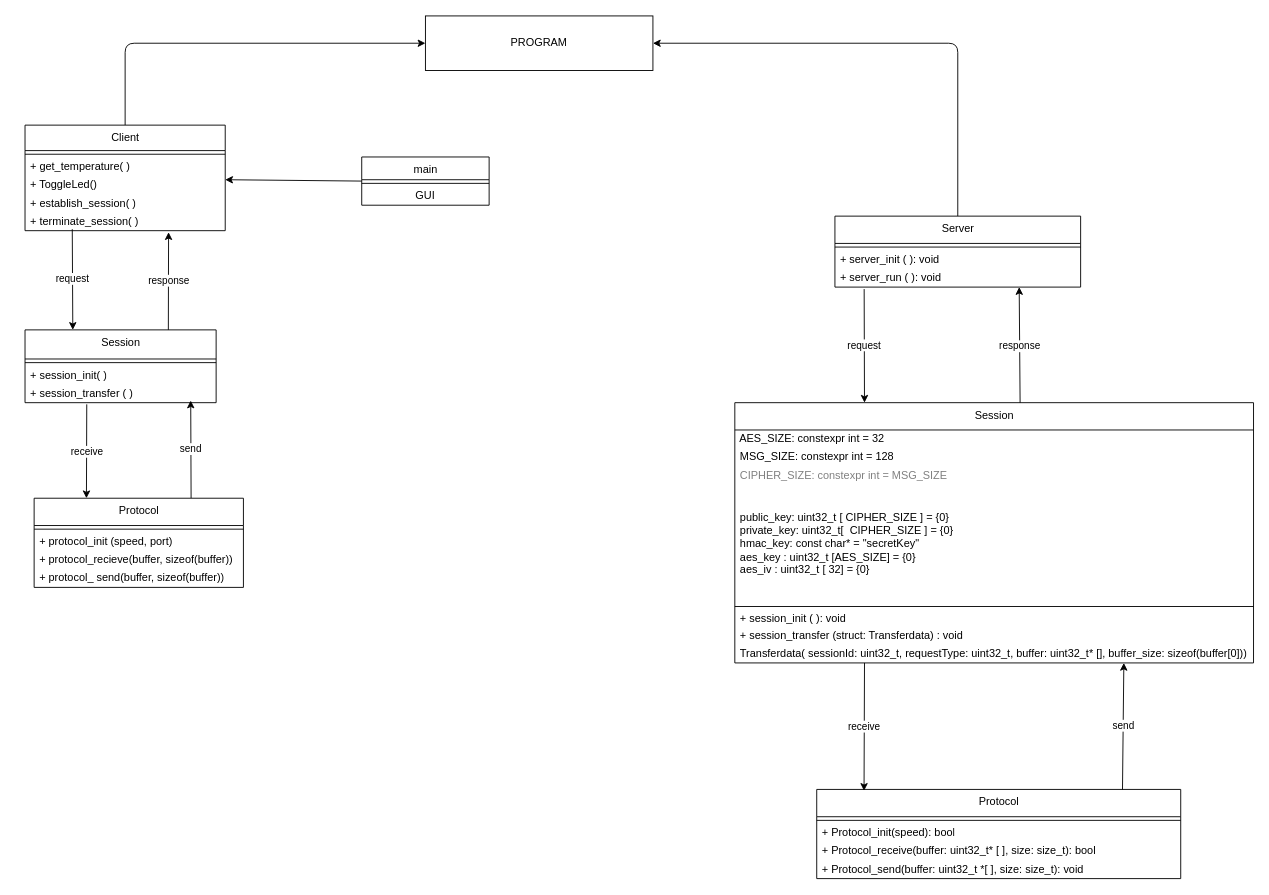
The draw.io diagram docs/diagram.drawio in nkkyviv/Security, before the edit. Source tidied: cells renumbered, new cells numbered last; positions are measured from the earlier drawing's top-left corner, leaving out a move shared by most shapes. Both pictures are drawn from the tidied source at 91%, with x=0, y=0 at pixel (25, 15).
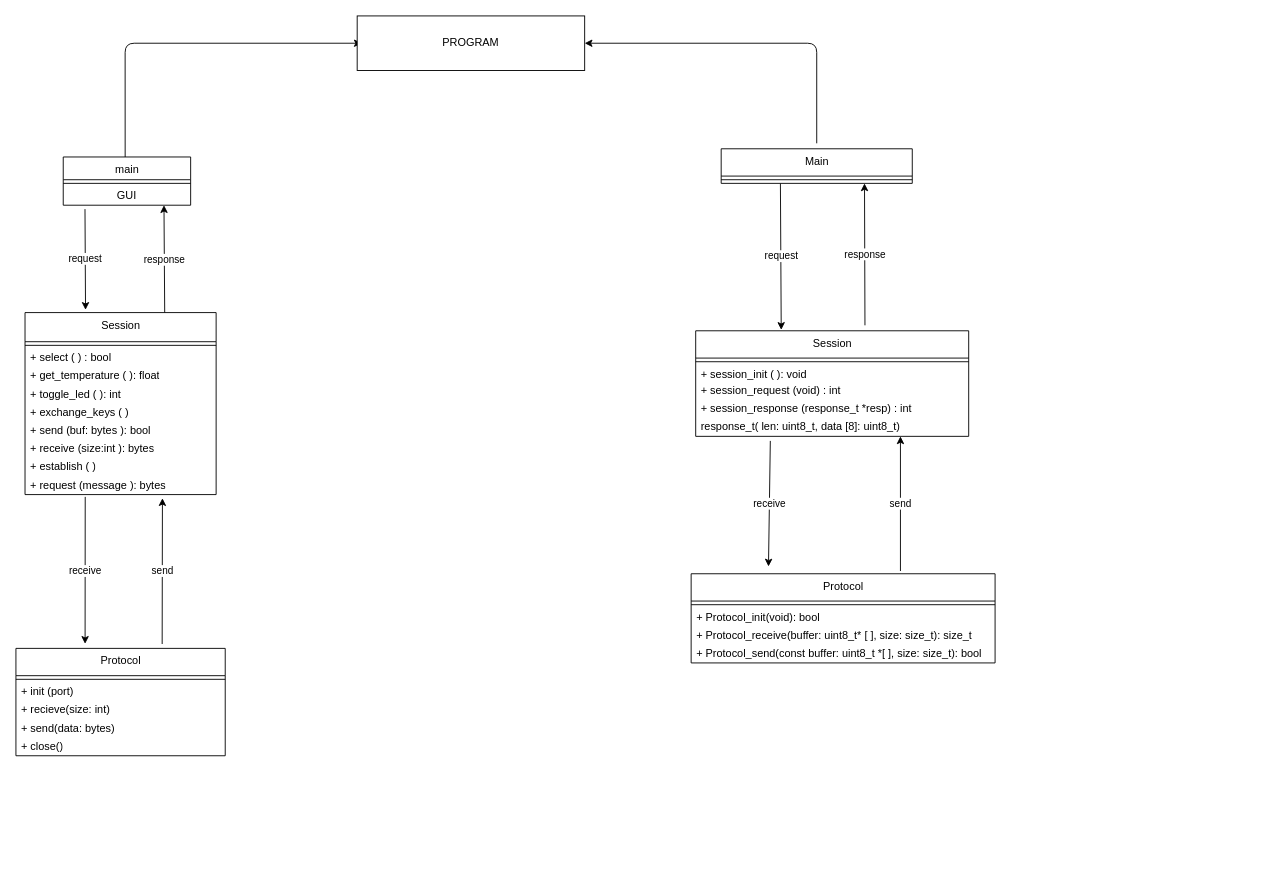
After the change.

Change to the diagram source:
```diff
@@
     <mxCell id="2" value="Protocol" style="swimlane;fontStyle=0;align=center;verticalAlign=top;horizontal=1;startSize=30;html=1;" parent="1" vertex="1">
-      <mxGeometry x="870" y="850" width="400" height="98" as="geometry" />
+      <mxGeometry x="732" y="613" width="334" height="98" as="geometry" />
     </mxCell>
     <mxCell id="3" style="line;strokeWidth=1;fillColor=none;align=left;verticalAlign=middle;spacingTop=-1;spacingLeft=3;spacingRight=3;labelPosition=right;" parent="2" vertex="1">
-      <mxGeometry y="30" width="400" height="8" as="geometry" />
+      <mxGeometry y="30" width="334" height="8" as="geometry" />
     </mxCell>
-    <mxCell id="4" value="+ Protocol_init(speed): bool" style="text;html=1;strokeColor=none;fillColor=none;align=left;verticalAlign=middle;spacingLeft=4;spacingRight=4;overflow=hidden;" parent="2" vertex="1">
-      <mxGeometry y="38" width="400" height="20" as="geometry" />
+    <mxCell id="4" value="+ Protocol_init(void): bool" style="text;html=1;strokeColor=none;fillColor=none;align=left;verticalAlign=middle;spacingLeft=4;spacingRight=4;overflow=hidden;" parent="2" vertex="1">
+      <mxGeometry y="38" width="334" height="20" as="geometry" />
     </mxCell>
-    <mxCell id="5" value="+ Protocol_receive(buffer: uint32_t* [ ], size: size_t): bool" style="text;html=1;strokeColor=none;fillColor=none;align=left;verticalAlign=middle;spacingLeft=4;spacingRight=4;overflow=hidden;" parent="2" vertex="1">
-      <mxGeometry y="58" width="400" height="20" as="geometry" />
+    <mxCell id="5" value="+ Protocol_receive(buffer: uint8_t* [ ], size: size_t): size_t" style="text;html=1;strokeColor=none;fillColor=none;align=left;verticalAlign=middle;spacingLeft=4;spacingRight=4;overflow=hidden;" parent="2" vertex="1">
+      <mxGeometry y="58" width="334" height="20" as="geometry" />
     </mxCell>
-    <mxCell id="6" value="+ Protocol_send(buffer: uint32_t *[ ], size: size_t): void" style="text;html=1;strokeColor=none;fillColor=none;align=left;verticalAlign=middle;spacingLeft=4;spacingRight=4;overflow=hidden;" parent="2" vertex="1">
-      <mxGeometry y="78" width="400" height="20" as="geometry" />
+    <mxCell id="6" value="+ Protocol_send(const buffer: uint8_t *[ ], size: size_t): bool" style="text;html=1;strokeColor=none;fillColor=none;align=left;verticalAlign=middle;spacingLeft=4;spacingRight=4;overflow=hidden;" parent="2" vertex="1">
+      <mxGeometry y="78" width="334" height="20" as="geometry" />
     </mxCell>
-    <mxCell id="7" style="edgeStyle=none;html=1;exitX=0.5;exitY=0;exitDx=0;exitDy=0;entryX=1;entryY=0.5;entryDx=0;entryDy=0;" parent="1" edge="1" source="9" target="20">
+    <mxCell id="7" style="edgeStyle=none;html=1;entryX=1;entryY=0.5;entryDx=0;entryDy=0;" parent="1" edge="1" target="20">
       <mxGeometry relative="1" as="geometry">
+        <mxPoint x="870" y="140" as="sourcePoint" />
         <Array as="points">
-          <mxPoint x="1025" y="30" />
+          <mxPoint x="870" y="30" />
         </Array>
       </mxGeometry>
     </mxCell>
-    <mxCell id="8" value="response" style="edgeStyle=none;html=1;exitX=0.55;exitY=0.006;exitDx=0;exitDy=0;entryX=0.75;entryY=1;entryDx=0;entryDy=0;exitPerimeter=0;" parent="1" edge="1" source="34" target="9">
-      <mxGeometry relative="1" as="geometry" />
+    <mxCell id="8" value="response" style="edgeStyle=none;html=1;entryX=0.75;entryY=1;entryDx=0;entryDy=0;" parent="1" edge="1" target="9">
+      <mxGeometry relative="1" as="geometry">
+        <mxPoint x="923" y="340" as="sourcePoint" />
+      </mxGeometry>
     </mxCell>
-    <mxCell id="9" value="Server" style="swimlane;fontStyle=0;align=center;verticalAlign=top;horizontal=1;startSize=30;html=1;" parent="1" vertex="1">
-      <mxGeometry x="890" y="220" width="270" height="78" as="geometry" />
+    <mxCell id="9" value="Main" style="swimlane;fontStyle=0;align=center;verticalAlign=top;horizontal=1;startSize=30;html=1;" parent="1" vertex="1">
+      <mxGeometry x="765" y="146" width="210" height="38" as="geometry" />
     </mxCell>
     <mxCell id="10" style="line;strokeWidth=1;fillColor=none;align=left;verticalAlign=middle;spacingTop=-1;spacingLeft=3;spacingRight=3;labelPosition=right;" parent="9" vertex="1">
-      <mxGeometry y="30" width="270" height="8" as="geometry" />
+      <mxGeometry y="30" width="210" height="8" as="geometry" />
     </mxCell>
-    <mxCell id="11" value="+ server_init ( ): void" style="text;html=1;strokeColor=none;fillColor=none;align=left;verticalAlign=middle;spacingLeft=4;spacingRight=4;overflow=hidden;" parent="9" vertex="1">
-      <mxGeometry y="38" width="270" height="20" as="geometry" />
-    </mxCell>
-    <mxCell id="12" value="+ server_run ( ): void" style="text;html=1;strokeColor=none;fillColor=none;align=left;verticalAlign=middle;spacingLeft=4;spacingRight=4;overflow=hidden;points=[[0,0.5],[1,0.5]];portConstraint=eastwest;" parent="9" vertex="1">
-      <mxGeometry y="58" width="270" height="20" as="geometry" />
-    </mxCell>
-    <mxCell id="13" style="edgeStyle=none;html=1;exitX=0.5;exitY=0;exitDx=0;exitDy=0;entryX=0;entryY=0.5;entryDx=0;entryDy=0;" parent="1" edge="1" source="14" target="20">
+    <mxCell id="13" style="edgeStyle=none;html=1;exitX=0.486;exitY=0.283;exitDx=0;exitDy=0;exitPerimeter=0;" parent="1" edge="1" source="45">
       <mxGeometry relative="1" as="geometry">
+        <mxPoint x="370" y="30" as="targetPoint" />
         <Array as="points">
           <mxPoint x="110" y="30" />
         </Array>
       </mxGeometry>
     </mxCell>
-    <mxCell id="14" value="Client" style="swimlane;fontStyle=0;align=center;verticalAlign=top;horizontal=1;startSize=28;html=1;" parent="1" vertex="1">
-      <mxGeometry y="120" width="220" height="116" as="geometry" />
-    </mxCell>
-    <mxCell id="15" style="line;strokeWidth=1;fillColor=none;align=left;verticalAlign=middle;spacingTop=-1;spacingLeft=3;spacingRight=3;labelPosition=right;" parent="14" vertex="1">
-      <mxGeometry y="28" width="220" height="8" as="geometry" />
-    </mxCell>
-    <mxCell id="16" value="+ get_temperature( )" style="text;html=1;strokeColor=none;fillColor=none;align=left;verticalAlign=middle;spacingLeft=4;spacingRight=4;overflow=hidden;" parent="14" vertex="1">
-      <mxGeometry y="36" width="220" height="20" as="geometry" />
-    </mxCell>
-    <mxCell id="17" value="+ ToggleLed()" style="text;html=1;strokeColor=none;fillColor=none;align=left;verticalAlign=middle;spacingLeft=4;spacingRight=4;overflow=hidden;" parent="14" vertex="1">
-      <mxGeometry y="56" width="220" height="20" as="geometry" />
-    </mxCell>
-    <mxCell id="18" value="+ establish_session( )" style="text;html=1;strokeColor=none;fillColor=none;align=left;verticalAlign=middle;spacingLeft=4;spacingRight=4;overflow=hidden;" parent="14" vertex="1">
-      <mxGeometry y="76" width="220" height="20" as="geometry" />
-    </mxCell>
-    <mxCell id="19" value="+ terminate_session( )" style="text;html=1;strokeColor=none;fillColor=none;align=left;verticalAlign=middle;spacingLeft=4;spacingRight=4;overflow=hidden;points=[[0,0.5],[1,0.5]];portConstraint=eastwest;" parent="14" vertex="1">
-      <mxGeometry y="96" width="220" height="20" as="geometry" />
-    </mxCell>
     <mxCell id="20" value="PROGRAM" style="rounded=0;whiteSpace=wrap;html=1;" parent="1" vertex="1">
-      <mxGeometry x="440" width="250" height="60" as="geometry" />
+      <mxGeometry x="365" width="250" height="60" as="geometry" />
     </mxCell>
-    <mxCell id="21" value="response" style="edgeStyle=none;html=1;exitX=0.75;exitY=0;exitDx=0;exitDy=0;entryX=0.717;entryY=1.084;entryDx=0;entryDy=0;entryPerimeter=0;" parent="1" edge="1" source="22" target="19">
-      <mxGeometry relative="1" as="geometry" />
+    <mxCell id="21" value="response" style="edgeStyle=none;html=1;entryX=0.717;entryY=1.084;entryDx=0;entryDy=0;entryPerimeter=0;exitX=0.712;exitY=0.021;exitDx=0;exitDy=0;exitPerimeter=0;" parent="1" edge="1">
+      <mxGeometry relative="1" as="geometry">
+        <mxPoint x="153.5" y="327.7" as="sourcePoint" />
+        <mxPoint x="152.7" y="208" as="targetPoint" />
+      </mxGeometry>
     </mxCell>
     <mxCell id="22" value="Session" style="swimlane;fontStyle=0;align=center;verticalAlign=top;horizontal=1;startSize=32;html=1;" parent="1" vertex="1">
-      <mxGeometry y="345" width="210" height="80" as="geometry" />
+      <mxGeometry y="326" width="210" height="200" as="geometry" />
     </mxCell>
@@
-    <mxCell id="24" value="+ session_init( )" style="text;html=1;strokeColor=none;fillColor=none;align=left;verticalAlign=middle;spacingLeft=4;spacingRight=4;overflow=hidden;" parent="22" vertex="1">
+    <mxCell id="24" value="+ select ( ) : bool" style="text;html=1;strokeColor=none;fillColor=none;align=left;verticalAlign=middle;spacingLeft=4;spacingRight=4;overflow=hidden;" parent="22" vertex="1">
       <mxGeometry y="40" width="210" height="20" as="geometry" />
     </mxCell>
-    <mxCell id="25" value="+ session_transfer ( )" style="text;html=1;strokeColor=none;fillColor=none;align=left;verticalAlign=middle;spacingLeft=4;spacingRight=4;overflow=hidden;points=[[0,0.5],[1,0.5]];portConstraint=eastwest;" parent="22" vertex="1">
+    <mxCell id="25" value="+ get_temperature ( ): float" style="text;html=1;strokeColor=none;fillColor=none;align=left;verticalAlign=middle;spacingLeft=4;spacingRight=4;overflow=hidden;points=[[0,0.5],[1,0.5]];portConstraint=eastwest;" parent="22" vertex="1">
       <mxGeometry y="60" width="210" height="20" as="geometry" />
     </mxCell>
+    <mxCell id="50" value="+ toggle_led ( ): int" style="text;html=1;strokeColor=none;fillColor=none;align=left;verticalAlign=middle;spacingLeft=4;spacingRight=4;overflow=hidden;" parent="22" vertex="1">
+      <mxGeometry y="80" width="210" height="20" as="geometry" />
+    </mxCell>
+    <mxCell id="51" value="+ exchange_keys ( )" style="text;html=1;strokeColor=none;fillColor=none;align=left;verticalAlign=middle;spacingLeft=4;spacingRight=4;overflow=hidden;" parent="22" vertex="1">
+      <mxGeometry y="100" width="210" height="20" as="geometry" />
+    </mxCell>
+    <mxCell id="52" value="+ send (buf: bytes ): bool" style="text;html=1;strokeColor=none;fillColor=none;align=left;verticalAlign=middle;spacingLeft=4;spacingRight=4;overflow=hidden;" parent="22" vertex="1">
+      <mxGeometry y="120" width="210" height="20" as="geometry" />
+    </mxCell>
+    <mxCell id="53" value="+ receive (size:int ): bytes" style="text;html=1;strokeColor=none;fillColor=none;align=left;verticalAlign=middle;spacingLeft=4;spacingRight=4;overflow=hidden;" parent="22" vertex="1">
+      <mxGeometry y="140" width="210" height="20" as="geometry" />
+    </mxCell>
+    <mxCell id="54" value="+ establish ( )" style="text;html=1;strokeColor=none;fillColor=none;align=left;verticalAlign=middle;spacingLeft=4;spacingRight=4;overflow=hidden;" parent="22" vertex="1">
+      <mxGeometry y="160" width="210" height="20" as="geometry" />
+    </mxCell>
+    <mxCell id="55" value="+ request (message ): bytes" style="text;html=1;strokeColor=none;fillColor=none;align=left;verticalAlign=middle;spacingLeft=4;spacingRight=4;overflow=hidden;points=[[0,0.5],[1,0.5]];portConstraint=eastwest;" parent="22" vertex="1">
+      <mxGeometry y="180" width="210" height="20" as="geometry" />
+    </mxCell>
-    <mxCell id="26" value="send" style="edgeStyle=none;html=1;exitX=0.75;exitY=0;exitDx=0;exitDy=0;entryX=0.867;entryY=0.884;entryDx=0;entryDy=0;entryPerimeter=0;" parent="1" edge="1" source="27" target="25">
-      <mxGeometry relative="1" as="geometry" />
+    <mxCell id="26" value="send" style="edgeStyle=none;html=1;exitX=0.79;exitY=-0.041;exitDx=0;exitDy=0;exitPerimeter=0;" parent="1" edge="1">
+      <mxGeometry relative="1" as="geometry">
+        <mxPoint x="150.7" y="690.2" as="sourcePoint" />
+        <mxPoint x="151" y="530" as="targetPoint" />
+      </mxGeometry>
     </mxCell>
     <mxCell id="27" value="Protocol" style="swimlane;fontStyle=0;align=center;verticalAlign=top;horizontal=1;startSize=30;html=1;" parent="1" vertex="1">
-      <mxGeometry x="10" y="530" width="230" height="98" as="geometry" />
+      <mxGeometry x="-10" y="695" width="230" height="118" as="geometry" />
     </mxCell>
@@
-    <mxCell id="29" value="+ protocol_init (speed, port)" style="text;html=1;strokeColor=none;fillColor=none;align=left;verticalAlign=middle;spacingLeft=4;spacingRight=4;overflow=hidden;" parent="27" vertex="1">
+    <mxCell id="29" value="+ init (port)" style="text;html=1;strokeColor=none;fillColor=none;align=left;verticalAlign=middle;spacingLeft=4;spacingRight=4;overflow=hidden;" parent="27" vertex="1">
       <mxGeometry y="38" width="230" height="20" as="geometry" />
     </mxCell>
-    <mxCell id="30" value="+ protocol_recieve(buffer, sizeof(buffer))" style="text;html=1;strokeColor=none;fillColor=none;align=left;verticalAlign=middle;spacingLeft=4;spacingRight=4;overflow=hidden;" parent="27" vertex="1">
+    <mxCell id="30" value="+ recieve(size: int)" style="text;html=1;strokeColor=none;fillColor=none;align=left;verticalAlign=middle;spacingLeft=4;spacingRight=4;overflow=hidden;" parent="27" vertex="1">
       <mxGeometry y="58" width="230" height="20" as="geometry" />
     </mxCell>
-    <mxCell id="31" value="+ protocol_ send(buffer, sizeof(buffer))" style="text;html=1;strokeColor=none;fillColor=none;align=left;verticalAlign=middle;spacingLeft=4;spacingRight=4;overflow=hidden;" parent="27" vertex="1">
+    <mxCell id="31" value="+ send(data: bytes)" style="text;html=1;strokeColor=none;fillColor=none;align=left;verticalAlign=middle;spacingLeft=4;spacingRight=4;overflow=hidden;" parent="27" vertex="1">
       <mxGeometry y="78" width="230" height="20" as="geometry" />
     </mxCell>
+    <mxCell id="56" value="+ close()" style="text;html=1;strokeColor=none;fillColor=none;align=left;verticalAlign=middle;spacingLeft=4;spacingRight=4;overflow=hidden;" parent="27" vertex="1">
+      <mxGeometry y="98" width="230" height="20" as="geometry" />
+    </mxCell>
-    <mxCell id="32" value="receive" style="edgeStyle=none;html=1;exitX=0.25;exitY=1;exitDx=0;exitDy=0;entryX=0.13;entryY=0.016;entryDx=0;entryDy=0;entryPerimeter=0;" parent="1" edge="1" source="34" target="2">
-      <mxGeometry relative="1" as="geometry" />
+    <mxCell id="32" value="receive" style="edgeStyle=none;html=1;exitX=0.25;exitY=1;exitDx=0;exitDy=0;" parent="1" edge="1">
+      <mxGeometry relative="1" as="geometry">
+        <mxPoint x="819" y="467" as="sourcePoint" />
+        <mxPoint x="817" y="605" as="targetPoint" />
+      </mxGeometry>
     </mxCell>
-    <mxCell id="33" value="send" style="edgeStyle=none;html=1;exitX=0.84;exitY=0.002;exitDx=0;exitDy=0;entryX=0.75;entryY=1;entryDx=0;entryDy=0;exitPerimeter=0;" parent="1" edge="1" source="2" target="34">
-      <mxGeometry relative="1" as="geometry" />
+    <mxCell id="33" value="send" style="edgeStyle=none;html=1;entryX=0.75;entryY=1;entryDx=0;entryDy=0;" parent="1" edge="1" target="34">
+      <mxGeometry relative="1" as="geometry">
+        <mxPoint x="962" y="610" as="sourcePoint" />
+      </mxGeometry>
     </mxCell>
     <mxCell id="34" value="Session" style="swimlane;fontStyle=0;align=center;verticalAlign=top;horizontal=1;startSize=30;html=1;" parent="1" vertex="1">
-      <mxGeometry x="780" y="425" width="570" height="286" as="geometry" />
+      <mxGeometry x="737" y="346" width="300" height="116" as="geometry" />
     </mxCell>
-    <mxCell id="35" value="AES_SIZE: constexpr int = 32&amp;nbsp; &amp;nbsp; &amp;nbsp; &amp;nbsp; &amp;nbsp; &amp;nbsp; &amp;nbsp; &amp;nbsp; &amp;nbsp; &amp;nbsp; &amp;nbsp; &amp;nbsp; &amp;nbsp; &amp;nbsp; &amp;nbsp; &amp;nbsp; &amp;nbsp; &amp;nbsp; &amp;nbsp; &amp;nbsp; &amp;nbsp; &amp;nbsp; &amp;nbsp; &amp;nbsp; &amp;nbsp; &amp;nbsp; &amp;nbsp; &amp;nbsp; &amp;nbsp; &amp;nbsp; &amp;nbsp; &amp;nbsp; &amp;nbsp; &amp;nbsp; &amp;nbsp; &amp;nbsp; &amp;nbsp; &amp;nbsp; &amp;nbsp; &amp;nbsp; &amp;nbsp; &amp;nbsp; &amp;nbsp; &amp;nbsp; &amp;nbsp; &amp;nbsp; &amp;nbsp; &amp;nbsp; &amp;nbsp; &amp;nbsp; &amp;nbsp; &amp;nbsp; &amp;nbsp; &amp;nbsp; &amp;nbsp; &amp;nbsp; &amp;nbsp; &amp;nbsp; &amp;nbsp; &amp;nbsp;&amp;nbsp;" style="text;html=1;strokeColor=none;fillColor=none;align=center;verticalAlign=middle;spacingLeft=4;spacingRight=4;overflow=hidden;" parent="34" vertex="1">
-      <mxGeometry y="30" width="570" height="20" as="geometry" />
-    </mxCell>
-    <mxCell id="36" value="MSG_SIZE: constexpr int = 128" style="text;html=1;strokeColor=none;fillColor=none;align=left;verticalAlign=middle;spacingLeft=4;spacingRight=4;overflow=hidden;" parent="34" vertex="1">
-      <mxGeometry y="50" width="570" height="20" as="geometry" />
-    </mxCell>
-    <mxCell id="37" value="CIPHER_SIZE: constexpr int = MSG_SIZE" style="text;html=1;strokeColor=none;fillColor=none;align=left;verticalAlign=middle;spacingLeft=4;spacingRight=4;overflow=hidden;fontColor=#808080;" parent="34" vertex="1">
-      <mxGeometry y="70" width="570" height="20" as="geometry" />
-    </mxCell>
-    <mxCell id="38" value="public_key: uint32_t [ CIPHER_SIZE ] = {0}&lt;br&gt;private_key: uint32_t[&amp;nbsp; CIPHER_SIZE ] = {0}&lt;br&gt;hmac_key: const char* = &quot;secretKey&quot;&lt;br&gt;&lt;span style=&quot;text-align: center;&quot;&gt;aes_key : uint32_t [AES_SIZE] = {0}&lt;br&gt;&lt;/span&gt;aes_iv : uint32_t [ 32] = {0}&lt;span style=&quot;text-align: center;&quot;&gt;&amp;nbsp; &amp;nbsp; &amp;nbsp; &amp;nbsp; &amp;nbsp; &amp;nbsp; &amp;nbsp; &amp;nbsp; &amp;nbsp; &amp;nbsp; &amp;nbsp; &amp;nbsp; &amp;nbsp; &amp;nbsp; &amp;nbsp; &amp;nbsp; &amp;nbsp; &amp;nbsp; &amp;nbsp; &amp;nbsp; &amp;nbsp; &amp;nbsp; &amp;nbsp; &amp;nbsp; &amp;nbsp; &amp;nbsp; &amp;nbsp; &amp;nbsp; &amp;nbsp; &amp;nbsp; &amp;nbsp; &amp;nbsp; &amp;nbsp; &amp;nbsp; &amp;nbsp; &amp;nbsp; &amp;nbsp; &amp;nbsp; &amp;nbsp; &amp;nbsp; &amp;nbsp; &amp;nbsp; &amp;nbsp; &amp;nbsp; &amp;nbsp; &amp;nbsp; &amp;nbsp; &amp;nbsp; &amp;nbsp; &amp;nbsp; &amp;nbsp; &amp;nbsp; &amp;nbsp; &amp;nbsp; &amp;nbsp; &amp;nbsp; &amp;nbsp; &amp;nbsp; &amp;nbsp; &amp;nbsp; &amp;nbsp; &amp;nbsp; &amp;nbsp; &amp;nbsp; &amp;nbsp; &amp;nbsp; &amp;nbsp; &amp;nbsp;&amp;nbsp;&lt;/span&gt;" style="text;html=1;strokeColor=none;fillColor=none;align=left;verticalAlign=middle;spacingLeft=4;spacingRight=4;overflow=hidden;" parent="34" vertex="1">
-      <mxGeometry y="90" width="570" height="130" as="geometry" />
-    </mxCell>
     <mxCell id="39" style="line;strokeWidth=1;fillColor=none;align=left;verticalAlign=middle;spacingTop=-1;spacingLeft=3;spacingRight=3;labelPosition=right;" parent="34" vertex="1">
-      <mxGeometry y="220" width="570" height="8" as="geometry" />
+      <mxGeometry y="30" width="300" height="8" as="geometry" />
     </mxCell>
     <mxCell id="40" value="+ session_init ( ): void" style="text;html=1;strokeColor=none;fillColor=none;align=left;verticalAlign=middle;spacingLeft=4;spacingRight=4;overflow=hidden;" parent="34" vertex="1">
-      <mxGeometry y="228" width="570" height="18" as="geometry" />
+      <mxGeometry y="38" width="300" height="18" as="geometry" />
     </mxCell>
-    <mxCell id="41" value="+ session_transfer (struct: Transferdata) : void" style="text;html=1;strokeColor=none;fillColor=none;align=left;verticalAlign=middle;spacingLeft=4;spacingRight=4;overflow=hidden;" parent="34" vertex="1">
-      <mxGeometry y="246" width="570" height="20" as="geometry" />
+    <mxCell id="41" value="+ session_request (void) : int" style="text;html=1;strokeColor=none;fillColor=none;align=left;verticalAlign=middle;spacingLeft=4;spacingRight=4;overflow=hidden;" parent="34" vertex="1">
+      <mxGeometry y="56" width="300" height="20" as="geometry" />
     </mxCell>
-    <mxCell id="42" value="Transferdata( sessionId: uint32_t, requestType: uint32_t, buffer: uint32_t* [], buffer_size: sizeof(buffer[0]))" style="text;html=1;strokeColor=none;fillColor=none;align=left;verticalAlign=middle;spacingLeft=4;spacingRight=4;overflow=hidden;" parent="34" vertex="1">
-      <mxGeometry y="266" width="570" height="20" as="geometry" />
-    </mxCell>
+    <mxCell id="57" value="+ session_response (response_t *resp) : int" style="text;html=1;strokeColor=none;fillColor=none;align=left;verticalAlign=middle;spacingLeft=4;spacingRight=4;overflow=hidden;" parent="34" vertex="1">
+      <mxGeometry y="76" width="300" height="20" as="geometry" />
+    </mxCell>
+    <mxCell id="58" value="response_t( len: uint8_t, data [8]: uint8_t)" style="text;html=1;strokeColor=none;fillColor=none;align=left;verticalAlign=middle;spacingLeft=4;spacingRight=4;overflow=hidden;" parent="34" vertex="1">
+      <mxGeometry y="96" width="300" height="20" as="geometry" />
+    </mxCell>
-    <mxCell id="43" value="request" style="edgeStyle=none;html=1;exitX=0.119;exitY=1.109;exitDx=0;exitDy=0;entryX=0.25;entryY=0;entryDx=0;entryDy=0;exitPerimeter=0;" parent="1" edge="1" source="12" target="34">
-      <mxGeometry relative="1" as="geometry" />
+    <mxCell id="43" value="request" style="edgeStyle=none;html=1;exitX=0.119;exitY=1.109;exitDx=0;exitDy=0;exitPerimeter=0;" parent="1" edge="1">
+      <mxGeometry relative="1" as="geometry">
+        <mxPoint x="830.1" y="184.2" as="sourcePoint" />
+        <mxPoint x="831" y="345" as="targetPoint" />
+      </mxGeometry>
     </mxCell>
-    <mxCell id="44" style="edgeStyle=none;html=1;exitX=0;exitY=0.5;exitDx=0;exitDy=0;" parent="1" edge="1" source="45">
-      <mxGeometry relative="1" as="geometry">
-        <mxPoint x="220" y="180" as="targetPoint" />
-      </mxGeometry>
-    </mxCell>
     <mxCell id="45" value="main" style="swimlane;fontStyle=0;align=center;verticalAlign=top;horizontal=1;startSize=25;html=1;" parent="1" vertex="1">
-      <mxGeometry x="370" y="155" width="140" height="53" as="geometry" />
+      <mxGeometry x="42" y="155" width="140" height="53" as="geometry" />
     </mxCell>
@@
-    <mxCell id="48" value="request" style="edgeStyle=none;html=1;exitX=0.236;exitY=0.917;exitDx=0;exitDy=0;entryX=0.25;entryY=0;entryDx=0;entryDy=0;exitPerimeter=0;" parent="1" edge="1" source="19" target="22">
-      <mxGeometry relative="1" as="geometry" />
+    <mxCell id="48" value="request" style="edgeStyle=none;html=1;exitX=0.236;exitY=0.917;exitDx=0;exitDy=0;entryX=0.25;entryY=0;entryDx=0;entryDy=0;exitPerimeter=0;" parent="1" edge="1">
+      <mxGeometry relative="1" as="geometry">
+        <mxPoint x="65.9" y="212.3" as="sourcePoint" />
+        <mxPoint x="66.5" y="323" as="targetPoint" />
+      </mxGeometry>
     </mxCell>
-    <mxCell id="49" value="receive" style="edgeStyle=none;html=1;exitX=0.323;exitY=1.092;exitDx=0;exitDy=0;entryX=0.25;entryY=0;entryDx=0;entryDy=0;exitPerimeter=0;" parent="1" edge="1" source="25" target="27">
-      <mxGeometry relative="1" as="geometry" />
+    <mxCell id="49" value="receive" style="edgeStyle=none;html=1;exitX=0.315;exitY=1.126;exitDx=0;exitDy=0;exitPerimeter=0;" parent="1" edge="1" source="55">
+      <mxGeometry relative="1" as="geometry">
+        <mxPoint x="66" y="690" as="targetPoint" />
+      </mxGeometry>
     </mxCell>
```
